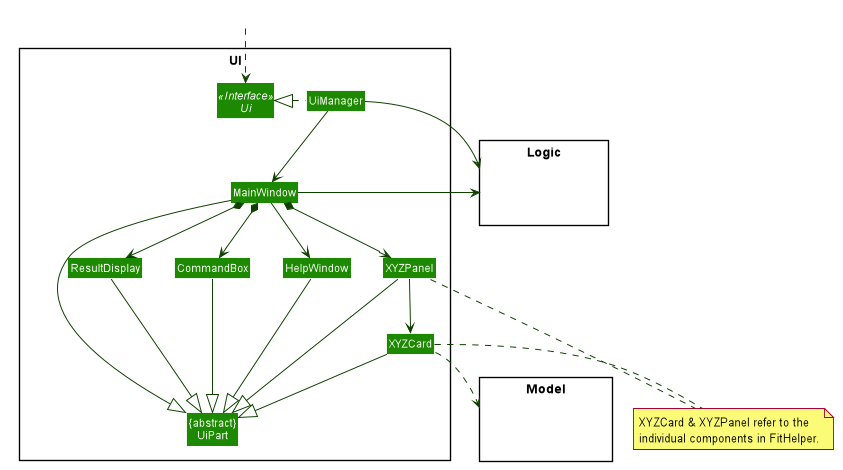
Above: images/UiClassDiagram.png in AY1920S2-CS2103-T09-4/main (PlantUML), before the change.
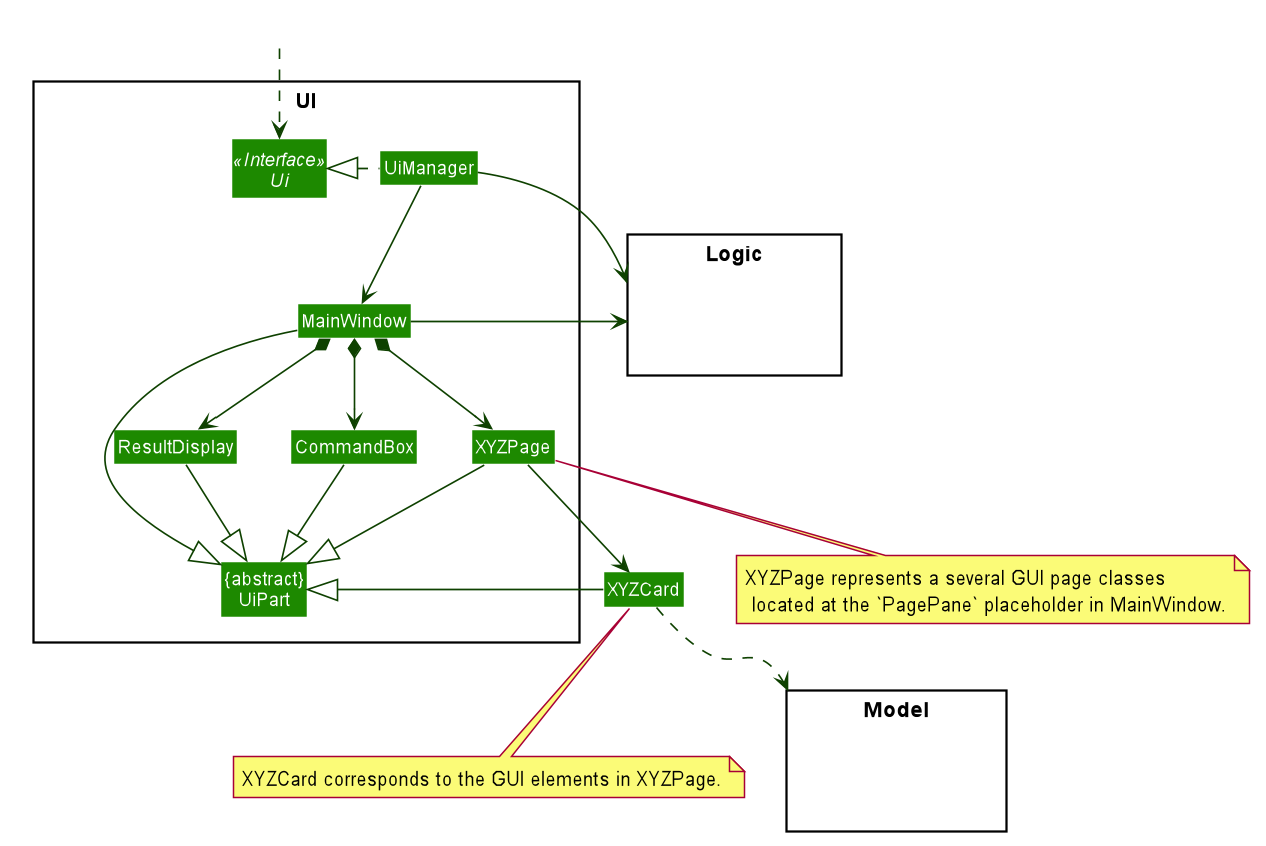
The same diagram one commit later.

What changed in the source:
```diff
@@ -56,11 +56,9 @@
 Class "{abstract}\nUiPart" as UiPart
 Class UiManager
 Class MainWindow
-Class HelpWindow
+Class CommandBox
 Class ResultDisplay
-Class XYZPanel
-Class XYZCard
-Class CommandBox
+Class XYZPage
 }
 
 package Model <<Rectangle>> {
@@ -71,37 +69,34 @@
 Class HiddenLogic #FFFFFF
 }
 
-note "XYZCard & XYZPanel refer to the\nindividual components in FitHelper." as N1
-
 Class HiddenOutside #FFFFFF
 HiddenOutside ..> Ui
 
 UiManager .left.|> Ui
 UiManager -down-> MainWindow
-MainWindow --> HelpWindow
+
 MainWindow *-down-> CommandBox
 MainWindow *-down-> ResultDisplay
-MainWindow *-down-> XYZPanel
+MainWindow *-down-> XYZPage
 
-XYZPanel -down-> XYZCard
+XYZPage -down-> XYZCard
 
 MainWindow -left-|> UiPart
 
 ResultDisplay --|> UiPart
 CommandBox --|> UiPart
-XYZPanel --|> UiPart
+XYZPage --|> UiPart
 XYZCard --|> UiPart
-HelpWindow -down-|> UiPart
 
 XYZCard ..> Model
 UiManager -right-> Logic
 MainWindow -left-> Logic
 
-XYZPanel -[hidden]left- HelpWindow
-HelpWindow -[hidden]left- CommandBox
 CommandBox -[hidden]left- ResultDisplay
+note "XYZPage represents a several GUI page classes\n located at the `PagePane` placeholder in MainWindow." as N2
+note "XYZCard corresponds to the GUI elements in XYZPage." as N3
 
-XYZPanel .. N1
-XYZCard .. N1
+XYZPage .. N2
+XYZCard .. N3
 MainWindow -[hidden]-|> UiPart
 @enduml
```
